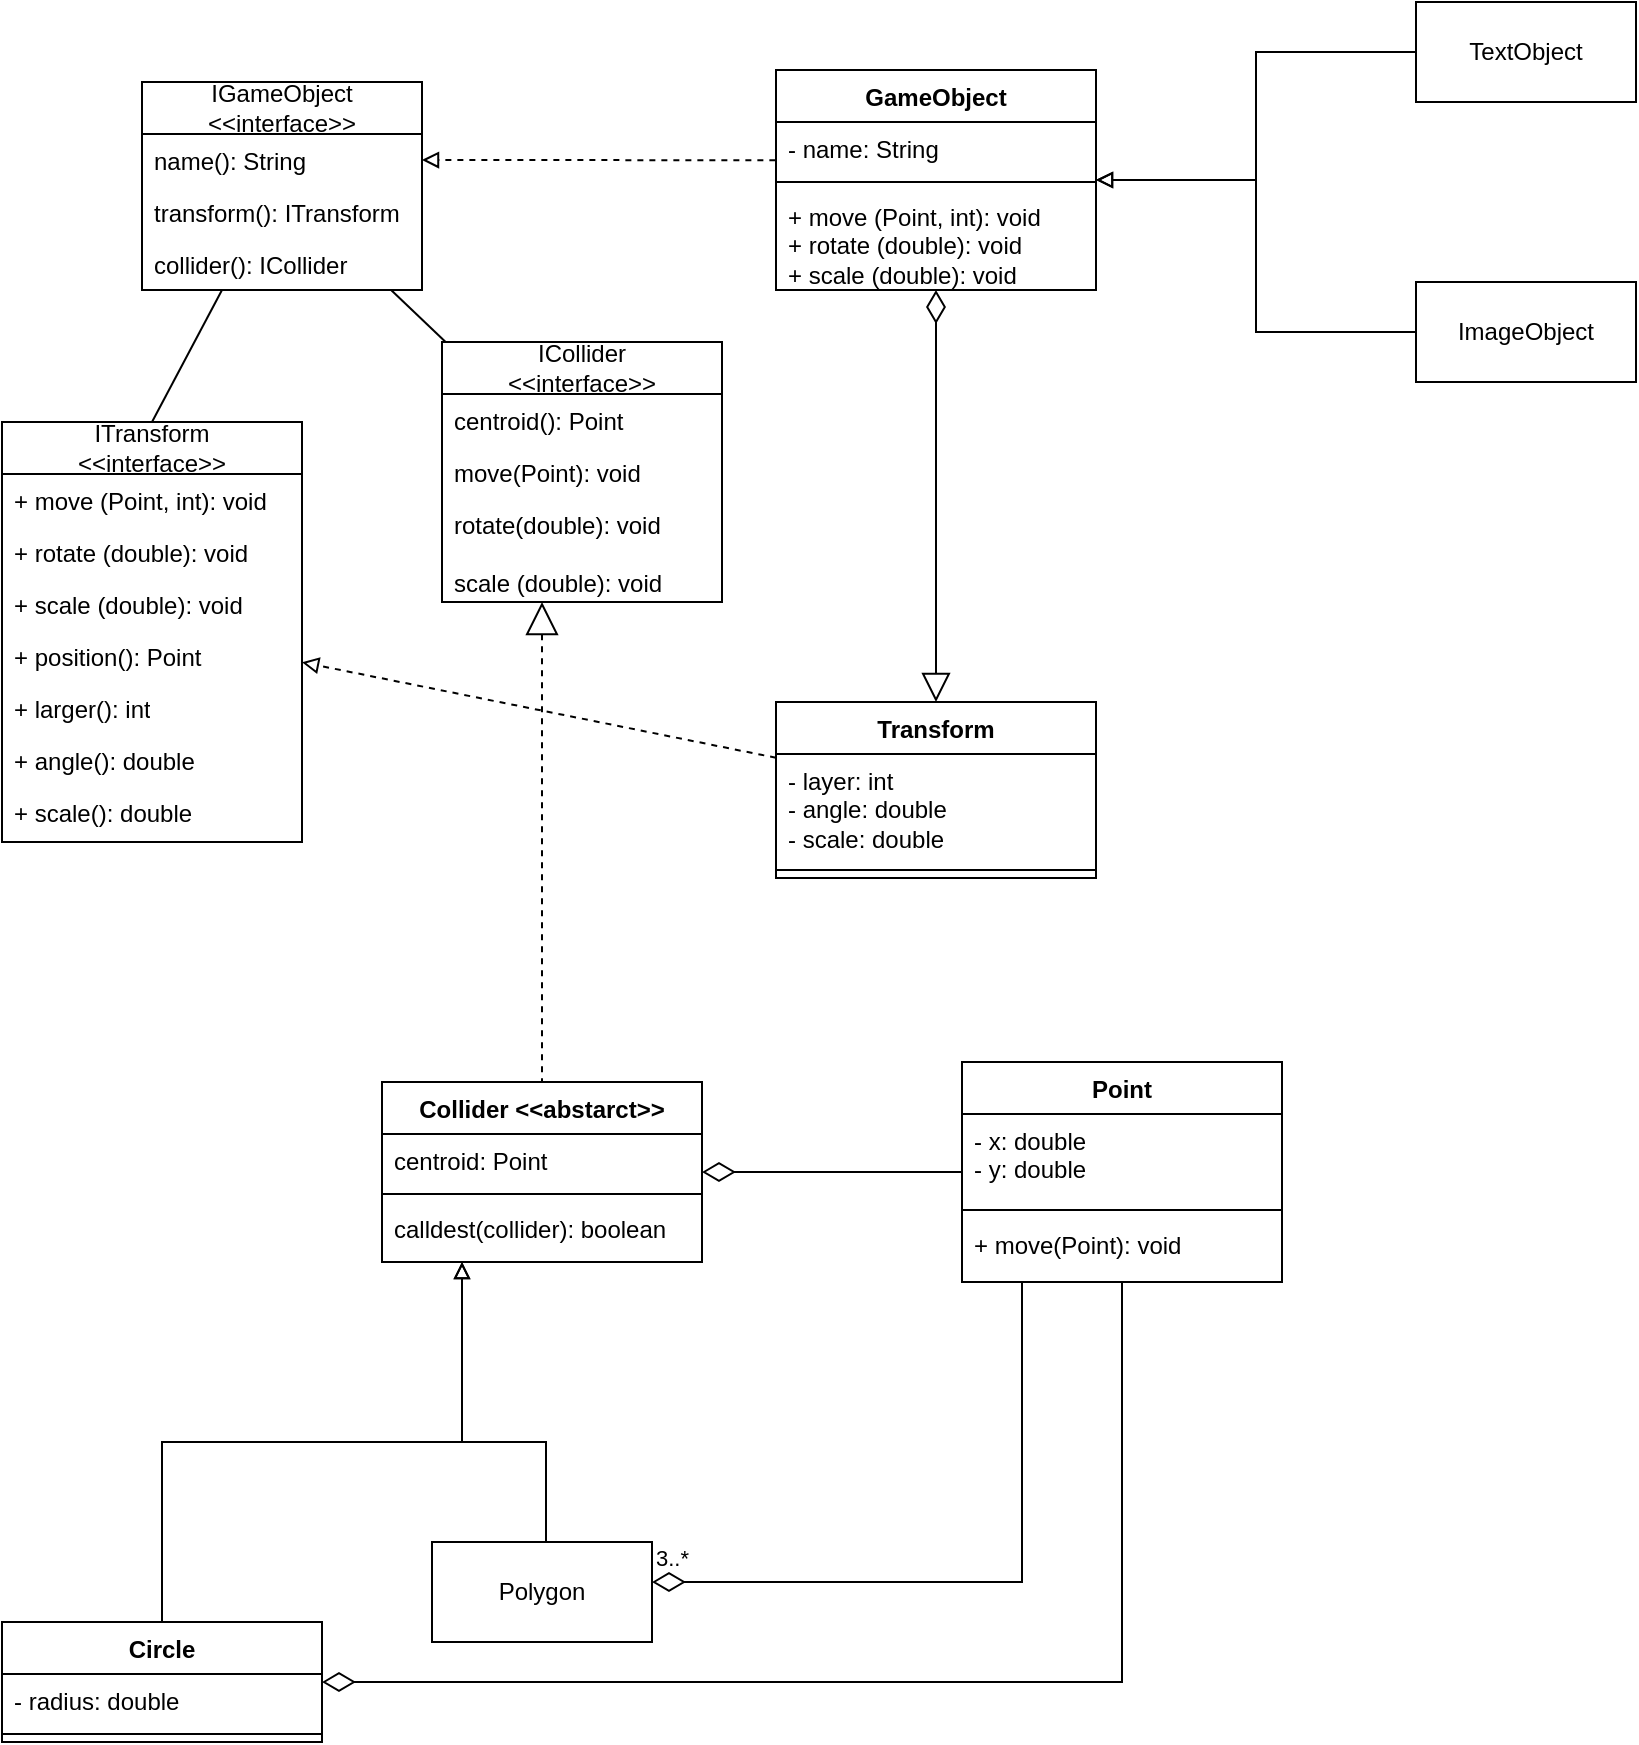
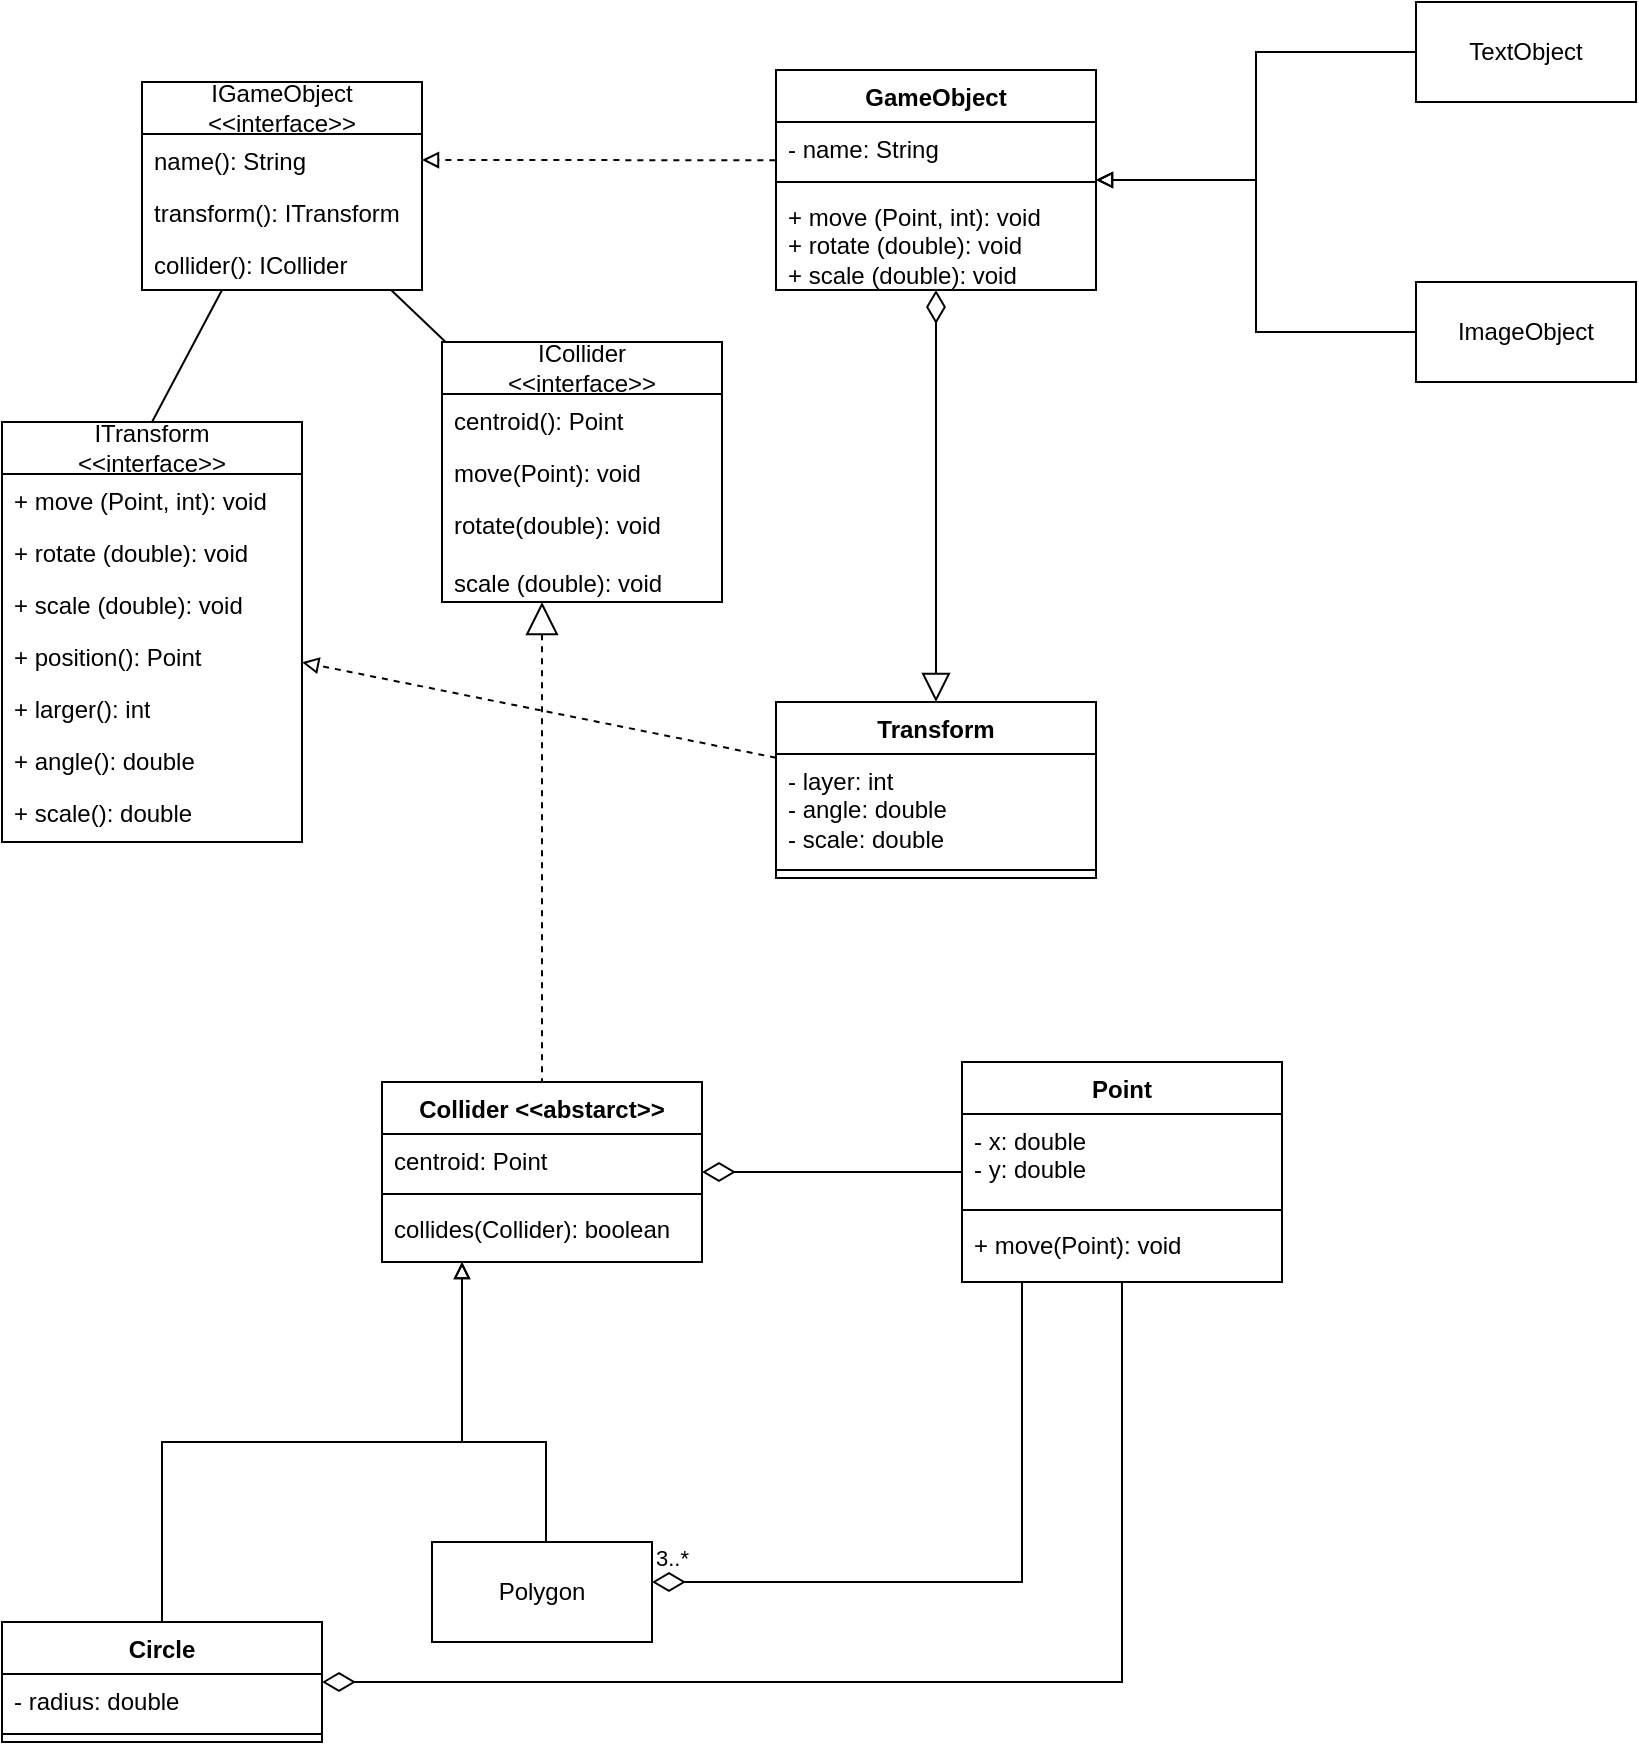
- <mxfile host="Electron" agent="Mozilla/5.0 (Windows NT 10.0; Win64; x64) AppleWebKit/537.36 (KHTML, like Gecko) draw.io/24.7.17 Chrome/128.0.6613.36 Electron/32.0.1 Safari/537.36" version="24.7.17">
+ <mxfile host="Electron" agent="Mozilla/5.0 (Windows NT 10.0; Win64; x64) AppleWebKit/537.36 (KHTML, like Gecko) draw.io/26.1.1 Chrome/132.0.6834.210 Electron/34.3.3 Safari/537.36" version="26.1.1">
  <diagram name="Página-1" id="ozrJAd1rfRzcVZ3zqUes">
-     <mxGraphModel dx="1000" dy="1760" grid="1" gridSize="10" guides="1" tooltips="1" connect="1" arrows="1" fold="1" page="1" pageScale="1" pageWidth="827" pageHeight="1169" math="0" shadow="0">
+     <mxGraphModel dx="677" dy="1570" grid="1" gridSize="10" guides="1" tooltips="1" connect="1" arrows="1" fold="1" page="1" pageScale="1" pageWidth="827" pageHeight="1169" math="0" shadow="0">
      <root>
        <mxCell id="0" />
        <mxCell id="1" parent="0" />
        <mxCell id="xWOYF9rLK-Gz1RhxJqcK-5" value="GameObject" style="swimlane;fontStyle=1;align=center;verticalAlign=top;childLayout=stackLayout;horizontal=1;startSize=26;horizontalStack=0;resizeParent=1;resizeParentMax=0;resizeLast=0;collapsible=1;marginBottom=0;whiteSpace=wrap;html=1;" parent="1" vertex="1">
          <mxGeometry x="397" y="4" width="160" height="110" as="geometry" />
        </mxCell>
        <mxCell id="xWOYF9rLK-Gz1RhxJqcK-6" value="- name: String" style="text;strokeColor=none;fillColor=none;align=left;verticalAlign=top;spacingLeft=4;spacingRight=4;overflow=hidden;rotatable=0;points=[[0,0.5],[1,0.5]];portConstraint=eastwest;whiteSpace=wrap;html=1;" parent="xWOYF9rLK-Gz1RhxJqcK-5" vertex="1">
          <mxGeometry y="26" width="160" height="26" as="geometry" />
        </mxCell>
        <mxCell id="xWOYF9rLK-Gz1RhxJqcK-7" value="" style="line;strokeWidth=1;fillColor=none;align=left;verticalAlign=middle;spacingTop=-1;spacingLeft=3;spacingRight=3;rotatable=0;labelPosition=right;points=[];portConstraint=eastwest;strokeColor=inherit;" parent="xWOYF9rLK-Gz1RhxJqcK-5" vertex="1">
          <mxGeometry y="52" width="160" height="8" as="geometry" />
        </mxCell>
        <mxCell id="xWOYF9rLK-Gz1RhxJqcK-8" value="+ move (Point, int): void&lt;div&gt;+ rotate (double): void&lt;/div&gt;&lt;div&gt;+ scale (double): void&lt;/div&gt;" style="text;strokeColor=none;fillColor=none;align=left;verticalAlign=top;spacingLeft=4;spacingRight=4;overflow=hidden;rotatable=0;points=[[0,0.5],[1,0.5]];portConstraint=eastwest;whiteSpace=wrap;html=1;" parent="xWOYF9rLK-Gz1RhxJqcK-5" vertex="1">
          <mxGeometry y="60" width="160" height="50" as="geometry" />
        </mxCell>
        <mxCell id="xWOYF9rLK-Gz1RhxJqcK-11" style="edgeStyle=orthogonalEdgeStyle;rounded=0;orthogonalLoop=1;jettySize=auto;html=1;endArrow=block;endFill=0;" parent="1" source="xWOYF9rLK-Gz1RhxJqcK-9" target="xWOYF9rLK-Gz1RhxJqcK-5" edge="1">
          <mxGeometry relative="1" as="geometry" />
        </mxCell>
        <mxCell id="xWOYF9rLK-Gz1RhxJqcK-9" value="TextObject" style="html=1;whiteSpace=wrap;" parent="1" vertex="1">
          <mxGeometry x="717" y="-30" width="110" height="50" as="geometry" />
        </mxCell>
        <mxCell id="xWOYF9rLK-Gz1RhxJqcK-12" style="edgeStyle=orthogonalEdgeStyle;rounded=0;orthogonalLoop=1;jettySize=auto;html=1;startArrow=none;startFill=0;endArrow=block;endFill=0;" parent="1" source="xWOYF9rLK-Gz1RhxJqcK-10" target="xWOYF9rLK-Gz1RhxJqcK-5" edge="1">
          <mxGeometry relative="1" as="geometry" />
        </mxCell>
        <mxCell id="xWOYF9rLK-Gz1RhxJqcK-10" value="ImageObject" style="html=1;whiteSpace=wrap;" parent="1" vertex="1">
          <mxGeometry x="717" y="110" width="110" height="50" as="geometry" />
        </mxCell>
        <mxCell id="xWOYF9rLK-Gz1RhxJqcK-13" value="Collider&amp;nbsp;&lt;span style=&quot;background-color: transparent; color: light-dark(rgb(0, 0, 0), rgb(255, 255, 255));&quot;&gt;&amp;lt;&amp;lt;abstarct&amp;gt;&amp;gt;&lt;/span&gt;" style="swimlane;fontStyle=1;align=center;verticalAlign=top;childLayout=stackLayout;horizontal=1;startSize=26;horizontalStack=0;resizeParent=1;resizeParentMax=0;resizeLast=0;collapsible=1;marginBottom=0;whiteSpace=wrap;html=1;" parent="1" vertex="1">
          <mxGeometry x="200" y="510" width="160" height="90" as="geometry" />
        </mxCell>
        <mxCell id="xWOYF9rLK-Gz1RhxJqcK-14" value="centroid: Point" style="text;strokeColor=none;fillColor=none;align=left;verticalAlign=top;spacingLeft=4;spacingRight=4;overflow=hidden;rotatable=0;points=[[0,0.5],[1,0.5]];portConstraint=eastwest;whiteSpace=wrap;html=1;" parent="xWOYF9rLK-Gz1RhxJqcK-13" vertex="1">
          <mxGeometry y="26" width="160" height="26" as="geometry" />
        </mxCell>
        <mxCell id="xWOYF9rLK-Gz1RhxJqcK-15" value="" style="line;strokeWidth=1;fillColor=none;align=left;verticalAlign=middle;spacingTop=-1;spacingLeft=3;spacingRight=3;rotatable=0;labelPosition=right;points=[];portConstraint=eastwest;strokeColor=inherit;" parent="xWOYF9rLK-Gz1RhxJqcK-13" vertex="1">
          <mxGeometry y="52" width="160" height="8" as="geometry" />
        </mxCell>
-         <mxCell id="xWOYF9rLK-Gz1RhxJqcK-16" value="calldest(collider): boolean" style="text;strokeColor=none;fillColor=none;align=left;verticalAlign=top;spacingLeft=4;spacingRight=4;overflow=hidden;rotatable=0;points=[[0,0.5],[1,0.5]];portConstraint=eastwest;whiteSpace=wrap;html=1;" parent="xWOYF9rLK-Gz1RhxJqcK-13" vertex="1">
+         <mxCell id="xWOYF9rLK-Gz1RhxJqcK-16" value="collides(Collider): boolean" style="text;strokeColor=none;fillColor=none;align=left;verticalAlign=top;spacingLeft=4;spacingRight=4;overflow=hidden;rotatable=0;points=[[0,0.5],[1,0.5]];portConstraint=eastwest;whiteSpace=wrap;html=1;" parent="xWOYF9rLK-Gz1RhxJqcK-13" vertex="1">
          <mxGeometry y="60" width="160" height="30" as="geometry" />
        </mxCell>
        <mxCell id="xWOYF9rLK-Gz1RhxJqcK-17" value="IGameObject&lt;br&gt;&amp;lt;&amp;lt;interface&amp;gt;&amp;gt;" style="swimlane;fontStyle=0;childLayout=stackLayout;horizontal=1;startSize=26;fillColor=none;horizontalStack=0;resizeParent=1;resizeParentMax=0;resizeLast=0;collapsible=1;marginBottom=0;whiteSpace=wrap;html=1;" parent="1" vertex="1">
          <mxGeometry x="80" y="10" width="140" height="104" as="geometry" />
        </mxCell>
        <mxCell id="xWOYF9rLK-Gz1RhxJqcK-18" value="name(): String" style="text;strokeColor=none;fillColor=none;align=left;verticalAlign=top;spacingLeft=4;spacingRight=4;overflow=hidden;rotatable=0;points=[[0,0.5],[1,0.5]];portConstraint=eastwest;whiteSpace=wrap;html=1;" parent="xWOYF9rLK-Gz1RhxJqcK-17" vertex="1">
          <mxGeometry y="26" width="140" height="26" as="geometry" />
        </mxCell>
        <mxCell id="xWOYF9rLK-Gz1RhxJqcK-19" value="transform(): ITransform" style="text;strokeColor=none;fillColor=none;align=left;verticalAlign=top;spacingLeft=4;spacingRight=4;overflow=hidden;rotatable=0;points=[[0,0.5],[1,0.5]];portConstraint=eastwest;whiteSpace=wrap;html=1;" parent="xWOYF9rLK-Gz1RhxJqcK-17" vertex="1">
          <mxGeometry y="52" width="140" height="26" as="geometry" />
        </mxCell>
        <mxCell id="xWOYF9rLK-Gz1RhxJqcK-20" value="collider(): ICollider" style="text;strokeColor=none;fillColor=none;align=left;verticalAlign=top;spacingLeft=4;spacingRight=4;overflow=hidden;rotatable=0;points=[[0,0.5],[1,0.5]];portConstraint=eastwest;whiteSpace=wrap;html=1;" parent="xWOYF9rLK-Gz1RhxJqcK-17" vertex="1">
          <mxGeometry y="78" width="140" height="26" as="geometry" />
        </mxCell>
        <mxCell id="xWOYF9rLK-Gz1RhxJqcK-21" value="" style="endArrow=block;dashed=1;html=1;rounded=0;startArrow=none;startFill=0;endFill=0;entryX=1;entryY=0.5;entryDx=0;entryDy=0;exitX=-0.002;exitY=0.735;exitDx=0;exitDy=0;exitPerimeter=0;" parent="1" source="xWOYF9rLK-Gz1RhxJqcK-6" target="xWOYF9rLK-Gz1RhxJqcK-18" edge="1">
          <mxGeometry width="50" height="50" relative="1" as="geometry">
            <mxPoint x="207" y="190" as="sourcePoint" />
            <mxPoint x="257" y="140" as="targetPoint" />
            <Array as="points" />
          </mxGeometry>
        </mxCell>
        <mxCell id="xWOYF9rLK-Gz1RhxJqcK-30" value="" style="group" parent="1" vertex="1" connectable="0">
          <mxGeometry x="10" y="180" width="150" height="210" as="geometry" />
        </mxCell>
        <mxCell id="xWOYF9rLK-Gz1RhxJqcK-22" value="ITransform&lt;br&gt;&amp;lt;&amp;lt;interface&amp;gt;&amp;gt;" style="swimlane;fontStyle=0;childLayout=stackLayout;horizontal=1;startSize=26;fillColor=none;horizontalStack=0;resizeParent=1;resizeParentMax=0;resizeLast=0;collapsible=1;marginBottom=0;whiteSpace=wrap;html=1;" parent="xWOYF9rLK-Gz1RhxJqcK-30" vertex="1">
          <mxGeometry width="150" height="210" as="geometry" />
        </mxCell>
        <mxCell id="xWOYF9rLK-Gz1RhxJqcK-23" value="+ move (Point, int): void" style="text;strokeColor=none;fillColor=none;align=left;verticalAlign=top;spacingLeft=4;spacingRight=4;overflow=hidden;rotatable=0;points=[[0,0.5],[1,0.5]];portConstraint=eastwest;whiteSpace=wrap;html=1;" parent="xWOYF9rLK-Gz1RhxJqcK-22" vertex="1">
          <mxGeometry y="26" width="150" height="26" as="geometry" />
        </mxCell>
        <mxCell id="xWOYF9rLK-Gz1RhxJqcK-24" value="+ rotate (double): void" style="text;strokeColor=none;fillColor=none;align=left;verticalAlign=top;spacingLeft=4;spacingRight=4;overflow=hidden;rotatable=0;points=[[0,0.5],[1,0.5]];portConstraint=eastwest;whiteSpace=wrap;html=1;" parent="xWOYF9rLK-Gz1RhxJqcK-22" vertex="1">
          <mxGeometry y="52" width="150" height="26" as="geometry" />
        </mxCell>
        <mxCell id="xWOYF9rLK-Gz1RhxJqcK-25" value="&lt;div&gt;+ scale (double): void&lt;/div&gt;" style="text;strokeColor=none;fillColor=none;align=left;verticalAlign=top;spacingLeft=4;spacingRight=4;overflow=hidden;rotatable=0;points=[[0,0.5],[1,0.5]];portConstraint=eastwest;whiteSpace=wrap;html=1;" parent="xWOYF9rLK-Gz1RhxJqcK-22" vertex="1">
          <mxGeometry y="78" width="150" height="132" as="geometry" />
        </mxCell>
        <mxCell id="xWOYF9rLK-Gz1RhxJqcK-26" value="+ position(): Point" style="text;strokeColor=none;fillColor=none;align=left;verticalAlign=top;spacingLeft=4;spacingRight=4;overflow=hidden;rotatable=0;points=[[0,0.5],[1,0.5]];portConstraint=eastwest;whiteSpace=wrap;html=1;" parent="xWOYF9rLK-Gz1RhxJqcK-30" vertex="1">
          <mxGeometry y="104" width="150" height="26" as="geometry" />
        </mxCell>
        <mxCell id="xWOYF9rLK-Gz1RhxJqcK-27" value="+ larger(): int" style="text;strokeColor=none;fillColor=none;align=left;verticalAlign=top;spacingLeft=4;spacingRight=4;overflow=hidden;rotatable=0;points=[[0,0.5],[1,0.5]];portConstraint=eastwest;whiteSpace=wrap;html=1;" parent="xWOYF9rLK-Gz1RhxJqcK-30" vertex="1">
          <mxGeometry y="130" width="150" height="26" as="geometry" />
        </mxCell>
        <mxCell id="xWOYF9rLK-Gz1RhxJqcK-28" value="+ angle(): double" style="text;strokeColor=none;fillColor=none;align=left;verticalAlign=top;spacingLeft=4;spacingRight=4;overflow=hidden;rotatable=0;points=[[0,0.5],[1,0.5]];portConstraint=eastwest;whiteSpace=wrap;html=1;" parent="xWOYF9rLK-Gz1RhxJqcK-30" vertex="1">
          <mxGeometry y="156" width="150" height="26" as="geometry" />
        </mxCell>
        <mxCell id="xWOYF9rLK-Gz1RhxJqcK-29" value="+ scale(): double" style="text;strokeColor=none;fillColor=none;align=left;verticalAlign=top;spacingLeft=4;spacingRight=4;overflow=hidden;rotatable=0;points=[[0,0.5],[1,0.5]];portConstraint=eastwest;whiteSpace=wrap;html=1;" parent="xWOYF9rLK-Gz1RhxJqcK-30" vertex="1">
          <mxGeometry y="182" width="150" height="26" as="geometry" />
        </mxCell>
        <mxCell id="xWOYF9rLK-Gz1RhxJqcK-31" value="ICollider&lt;br&gt;&amp;lt;&amp;lt;interface&amp;gt;&amp;gt;" style="swimlane;fontStyle=0;childLayout=stackLayout;horizontal=1;startSize=26;fillColor=none;horizontalStack=0;resizeParent=1;resizeParentMax=0;resizeLast=0;collapsible=1;marginBottom=0;whiteSpace=wrap;html=1;" parent="1" vertex="1">
          <mxGeometry x="230" y="140" width="140" height="130" as="geometry" />
        </mxCell>
        <mxCell id="xWOYF9rLK-Gz1RhxJqcK-32" value="centroid(): Point" style="text;strokeColor=none;fillColor=none;align=left;verticalAlign=top;spacingLeft=4;spacingRight=4;overflow=hidden;rotatable=0;points=[[0,0.5],[1,0.5]];portConstraint=eastwest;whiteSpace=wrap;html=1;" parent="xWOYF9rLK-Gz1RhxJqcK-31" vertex="1">
          <mxGeometry y="26" width="140" height="26" as="geometry" />
        </mxCell>
        <mxCell id="xWOYF9rLK-Gz1RhxJqcK-33" value="move(Point): void" style="text;strokeColor=none;fillColor=none;align=left;verticalAlign=top;spacingLeft=4;spacingRight=4;overflow=hidden;rotatable=0;points=[[0,0.5],[1,0.5]];portConstraint=eastwest;whiteSpace=wrap;html=1;" parent="xWOYF9rLK-Gz1RhxJqcK-31" vertex="1">
          <mxGeometry y="52" width="140" height="26" as="geometry" />
        </mxCell>
        <mxCell id="xWOYF9rLK-Gz1RhxJqcK-34" value="rotate(double): void&lt;div&gt;&lt;br&gt;&lt;div&gt;scale (double): void&lt;/div&gt;&lt;/div&gt;" style="text;strokeColor=none;fillColor=none;align=left;verticalAlign=top;spacingLeft=4;spacingRight=4;overflow=hidden;rotatable=0;points=[[0,0.5],[1,0.5]];portConstraint=eastwest;whiteSpace=wrap;html=1;" parent="xWOYF9rLK-Gz1RhxJqcK-31" vertex="1">
          <mxGeometry y="78" width="140" height="52" as="geometry" />
        </mxCell>
        <mxCell id="xWOYF9rLK-Gz1RhxJqcK-35" value="Transform" style="swimlane;fontStyle=1;align=center;verticalAlign=top;childLayout=stackLayout;horizontal=1;startSize=26;horizontalStack=0;resizeParent=1;resizeParentMax=0;resizeLast=0;collapsible=1;marginBottom=0;whiteSpace=wrap;html=1;" parent="1" vertex="1">
          <mxGeometry x="397" y="320" width="160" height="88" as="geometry" />
        </mxCell>
        <mxCell id="xWOYF9rLK-Gz1RhxJqcK-36" value="- layer: int&lt;br&gt;- angle: double&lt;div&gt;- scale: double&lt;/div&gt;" style="text;strokeColor=none;fillColor=none;align=left;verticalAlign=top;spacingLeft=4;spacingRight=4;overflow=hidden;rotatable=0;points=[[0,0.5],[1,0.5]];portConstraint=eastwest;whiteSpace=wrap;html=1;" parent="xWOYF9rLK-Gz1RhxJqcK-35" vertex="1">
          <mxGeometry y="26" width="160" height="54" as="geometry" />
        </mxCell>
        <mxCell id="xWOYF9rLK-Gz1RhxJqcK-37" value="" style="line;strokeWidth=1;fillColor=none;align=left;verticalAlign=middle;spacingTop=-1;spacingLeft=3;spacingRight=3;rotatable=0;labelPosition=right;points=[];portConstraint=eastwest;strokeColor=inherit;" parent="xWOYF9rLK-Gz1RhxJqcK-35" vertex="1">
          <mxGeometry y="80" width="160" height="8" as="geometry" />
        </mxCell>
        <mxCell id="xWOYF9rLK-Gz1RhxJqcK-39" value="" style="endArrow=none;html=1;rounded=0;exitX=0.5;exitY=0;exitDx=0;exitDy=0;" parent="1" source="xWOYF9rLK-Gz1RhxJqcK-22" edge="1">
          <mxGeometry width="50" height="50" relative="1" as="geometry">
            <mxPoint x="280" y="240" as="sourcePoint" />
            <mxPoint x="120" y="114" as="targetPoint" />
          </mxGeometry>
        </mxCell>
        <mxCell id="xWOYF9rLK-Gz1RhxJqcK-40" value="" style="endArrow=block;dashed=1;html=1;rounded=0;startArrow=none;startFill=0;endFill=0;" parent="1" source="xWOYF9rLK-Gz1RhxJqcK-35" target="xWOYF9rLK-Gz1RhxJqcK-22" edge="1">
          <mxGeometry width="50" height="50" relative="1" as="geometry">
            <mxPoint x="510" y="250" as="sourcePoint" />
            <mxPoint x="370" y="251" as="targetPoint" />
          </mxGeometry>
        </mxCell>
        <mxCell id="xWOYF9rLK-Gz1RhxJqcK-41" value="" style="endArrow=none;html=1;rounded=0;" parent="1" source="xWOYF9rLK-Gz1RhxJqcK-31" target="xWOYF9rLK-Gz1RhxJqcK-17" edge="1">
          <mxGeometry width="50" height="50" relative="1" as="geometry">
            <mxPoint x="58" y="190" as="sourcePoint" />
            <mxPoint x="122" y="126" as="targetPoint" />
          </mxGeometry>
        </mxCell>
        <mxCell id="xWOYF9rLK-Gz1RhxJqcK-42" value="" style="endArrow=block;html=1;endSize=12;startArrow=diamondThin;startSize=14;startFill=0;edgeStyle=orthogonalEdgeStyle;align=left;verticalAlign=bottom;rounded=0;endFill=0;" parent="1" source="xWOYF9rLK-Gz1RhxJqcK-5" target="xWOYF9rLK-Gz1RhxJqcK-35" edge="1">
          <mxGeometry x="-1" y="3" relative="1" as="geometry">
            <mxPoint x="450" y="200" as="sourcePoint" />
            <mxPoint x="610" y="200" as="targetPoint" />
          </mxGeometry>
        </mxCell>
        <mxCell id="xWOYF9rLK-Gz1RhxJqcK-43" value="" style="endArrow=none;html=1;endSize=12;startArrow=diamondThin;startSize=14;startFill=0;edgeStyle=orthogonalEdgeStyle;align=left;verticalAlign=bottom;rounded=0;endFill=0;" parent="1" source="xWOYF9rLK-Gz1RhxJqcK-47" target="xWOYF9rLK-Gz1RhxJqcK-51" edge="1">
          <mxGeometry x="-1" y="3" relative="1" as="geometry">
            <mxPoint x="480" y="810" as="sourcePoint" />
            <mxPoint x="640" y="810" as="targetPoint" />
          </mxGeometry>
        </mxCell>
        <mxCell id="xWOYF9rLK-Gz1RhxJqcK-45" value="" style="endArrow=none;html=1;endSize=12;startArrow=diamondThin;startSize=14;startFill=0;edgeStyle=orthogonalEdgeStyle;align=left;verticalAlign=bottom;rounded=0;endFill=0;" parent="1" source="xWOYF9rLK-Gz1RhxJqcK-13" target="xWOYF9rLK-Gz1RhxJqcK-51" edge="1">
          <mxGeometry x="-1" y="3" relative="1" as="geometry">
            <mxPoint x="300" y="614.5" as="sourcePoint" />
            <mxPoint x="460" y="614.5" as="targetPoint" />
          </mxGeometry>
        </mxCell>
        <mxCell id="xWOYF9rLK-Gz1RhxJqcK-47" value="Circle" style="swimlane;fontStyle=1;align=center;verticalAlign=top;childLayout=stackLayout;horizontal=1;startSize=26;horizontalStack=0;resizeParent=1;resizeParentMax=0;resizeLast=0;collapsible=1;marginBottom=0;whiteSpace=wrap;html=1;" parent="1" vertex="1">
          <mxGeometry x="10" y="780" width="160" height="60" as="geometry" />
        </mxCell>
        <mxCell id="xWOYF9rLK-Gz1RhxJqcK-48" value="- radius: double" style="text;strokeColor=none;fillColor=none;align=left;verticalAlign=top;spacingLeft=4;spacingRight=4;overflow=hidden;rotatable=0;points=[[0,0.5],[1,0.5]];portConstraint=eastwest;whiteSpace=wrap;html=1;" parent="xWOYF9rLK-Gz1RhxJqcK-47" vertex="1">
          <mxGeometry y="26" width="160" height="26" as="geometry" />
        </mxCell>
        <mxCell id="xWOYF9rLK-Gz1RhxJqcK-49" value="" style="line;strokeWidth=1;fillColor=none;align=left;verticalAlign=middle;spacingTop=-1;spacingLeft=3;spacingRight=3;rotatable=0;labelPosition=right;points=[];portConstraint=eastwest;strokeColor=inherit;" parent="xWOYF9rLK-Gz1RhxJqcK-47" vertex="1">
          <mxGeometry y="52" width="160" height="8" as="geometry" />
        </mxCell>
        <mxCell id="xWOYF9rLK-Gz1RhxJqcK-51" value="Point" style="swimlane;fontStyle=1;align=center;verticalAlign=top;childLayout=stackLayout;horizontal=1;startSize=26;horizontalStack=0;resizeParent=1;resizeParentMax=0;resizeLast=0;collapsible=1;marginBottom=0;whiteSpace=wrap;html=1;" parent="1" vertex="1">
          <mxGeometry x="490" y="500" width="160" height="110" as="geometry" />
        </mxCell>
        <mxCell id="xWOYF9rLK-Gz1RhxJqcK-52" value="- x: double&lt;br&gt;- y: double" style="text;strokeColor=none;fillColor=none;align=left;verticalAlign=top;spacingLeft=4;spacingRight=4;overflow=hidden;rotatable=0;points=[[0,0.5],[1,0.5]];portConstraint=eastwest;whiteSpace=wrap;html=1;" parent="xWOYF9rLK-Gz1RhxJqcK-51" vertex="1">
          <mxGeometry y="26" width="160" height="44" as="geometry" />
        </mxCell>
        <mxCell id="xWOYF9rLK-Gz1RhxJqcK-53" value="" style="line;strokeWidth=1;fillColor=none;align=left;verticalAlign=middle;spacingTop=-1;spacingLeft=3;spacingRight=3;rotatable=0;labelPosition=right;points=[];portConstraint=eastwest;strokeColor=inherit;" parent="xWOYF9rLK-Gz1RhxJqcK-51" vertex="1">
          <mxGeometry y="70" width="160" height="8" as="geometry" />
        </mxCell>
        <mxCell id="xWOYF9rLK-Gz1RhxJqcK-54" value="+ move(Point): void" style="text;strokeColor=none;fillColor=none;align=left;verticalAlign=top;spacingLeft=4;spacingRight=4;overflow=hidden;rotatable=0;points=[[0,0.5],[1,0.5]];portConstraint=eastwest;whiteSpace=wrap;html=1;" parent="xWOYF9rLK-Gz1RhxJqcK-51" vertex="1">
          <mxGeometry y="78" width="160" height="32" as="geometry" />
        </mxCell>
        <mxCell id="xWOYF9rLK-Gz1RhxJqcK-58" value="Polygon" style="html=1;whiteSpace=wrap;" parent="1" vertex="1">
          <mxGeometry x="225" y="740" width="110" height="50" as="geometry" />
        </mxCell>
        <mxCell id="xWOYF9rLK-Gz1RhxJqcK-59" value="3..*" style="endArrow=none;html=1;endSize=12;startArrow=diamondThin;startSize=14;startFill=0;edgeStyle=orthogonalEdgeStyle;align=left;verticalAlign=bottom;rounded=0;endFill=0;" parent="1" source="xWOYF9rLK-Gz1RhxJqcK-58" target="xWOYF9rLK-Gz1RhxJqcK-51" edge="1">
          <mxGeometry x="-1" y="3" relative="1" as="geometry">
            <mxPoint x="370" y="870" as="sourcePoint" />
            <mxPoint x="810" y="820" as="targetPoint" />
            <Array as="points">
              <mxPoint x="520" y="760" />
            </Array>
          </mxGeometry>
        </mxCell>
        <mxCell id="xWOYF9rLK-Gz1RhxJqcK-61" value="" style="group" parent="1" vertex="1" connectable="0">
          <mxGeometry x="90" y="690" width="192" as="geometry" />
        </mxCell>
        <mxCell id="xWOYF9rLK-Gz1RhxJqcK-56" style="edgeStyle=orthogonalEdgeStyle;rounded=0;orthogonalLoop=1;jettySize=auto;html=1;endArrow=block;endFill=0;" parent="xWOYF9rLK-Gz1RhxJqcK-61" source="xWOYF9rLK-Gz1RhxJqcK-47" target="xWOYF9rLK-Gz1RhxJqcK-13" edge="1">
          <mxGeometry relative="1" as="geometry">
            <mxPoint x="-15" y="70" as="sourcePoint" />
            <Array as="points">
              <mxPoint />
              <mxPoint x="150" />
            </Array>
          </mxGeometry>
        </mxCell>
        <mxCell id="xWOYF9rLK-Gz1RhxJqcK-57" style="edgeStyle=orthogonalEdgeStyle;rounded=0;orthogonalLoop=1;jettySize=auto;html=1;endArrow=block;endFill=0;" parent="xWOYF9rLK-Gz1RhxJqcK-61" source="xWOYF9rLK-Gz1RhxJqcK-58" target="xWOYF9rLK-Gz1RhxJqcK-13" edge="1">
          <mxGeometry relative="1" as="geometry">
            <mxPoint x="192" y="50" as="sourcePoint" />
            <Array as="points">
              <mxPoint x="192" />
              <mxPoint x="150" />
            </Array>
          </mxGeometry>
        </mxCell>
        <mxCell id="xWOYF9rLK-Gz1RhxJqcK-62" value="" style="endArrow=none;html=1;endSize=12;startArrow=block;startSize=14;startFill=0;edgeStyle=orthogonalEdgeStyle;align=left;verticalAlign=bottom;rounded=0;endFill=0;dashed=1;" parent="1" source="xWOYF9rLK-Gz1RhxJqcK-31" target="xWOYF9rLK-Gz1RhxJqcK-13" edge="1">
          <mxGeometry x="-1" y="3" relative="1" as="geometry">
            <mxPoint x="284" y="410" as="sourcePoint" />
            <mxPoint x="414" y="410" as="targetPoint" />
            <Array as="points">
              <mxPoint x="280" y="330" />
              <mxPoint x="280" y="330" />
            </Array>
          </mxGeometry>
        </mxCell>
      </root>
    </mxGraphModel>
  </diagram>
</mxfile>
